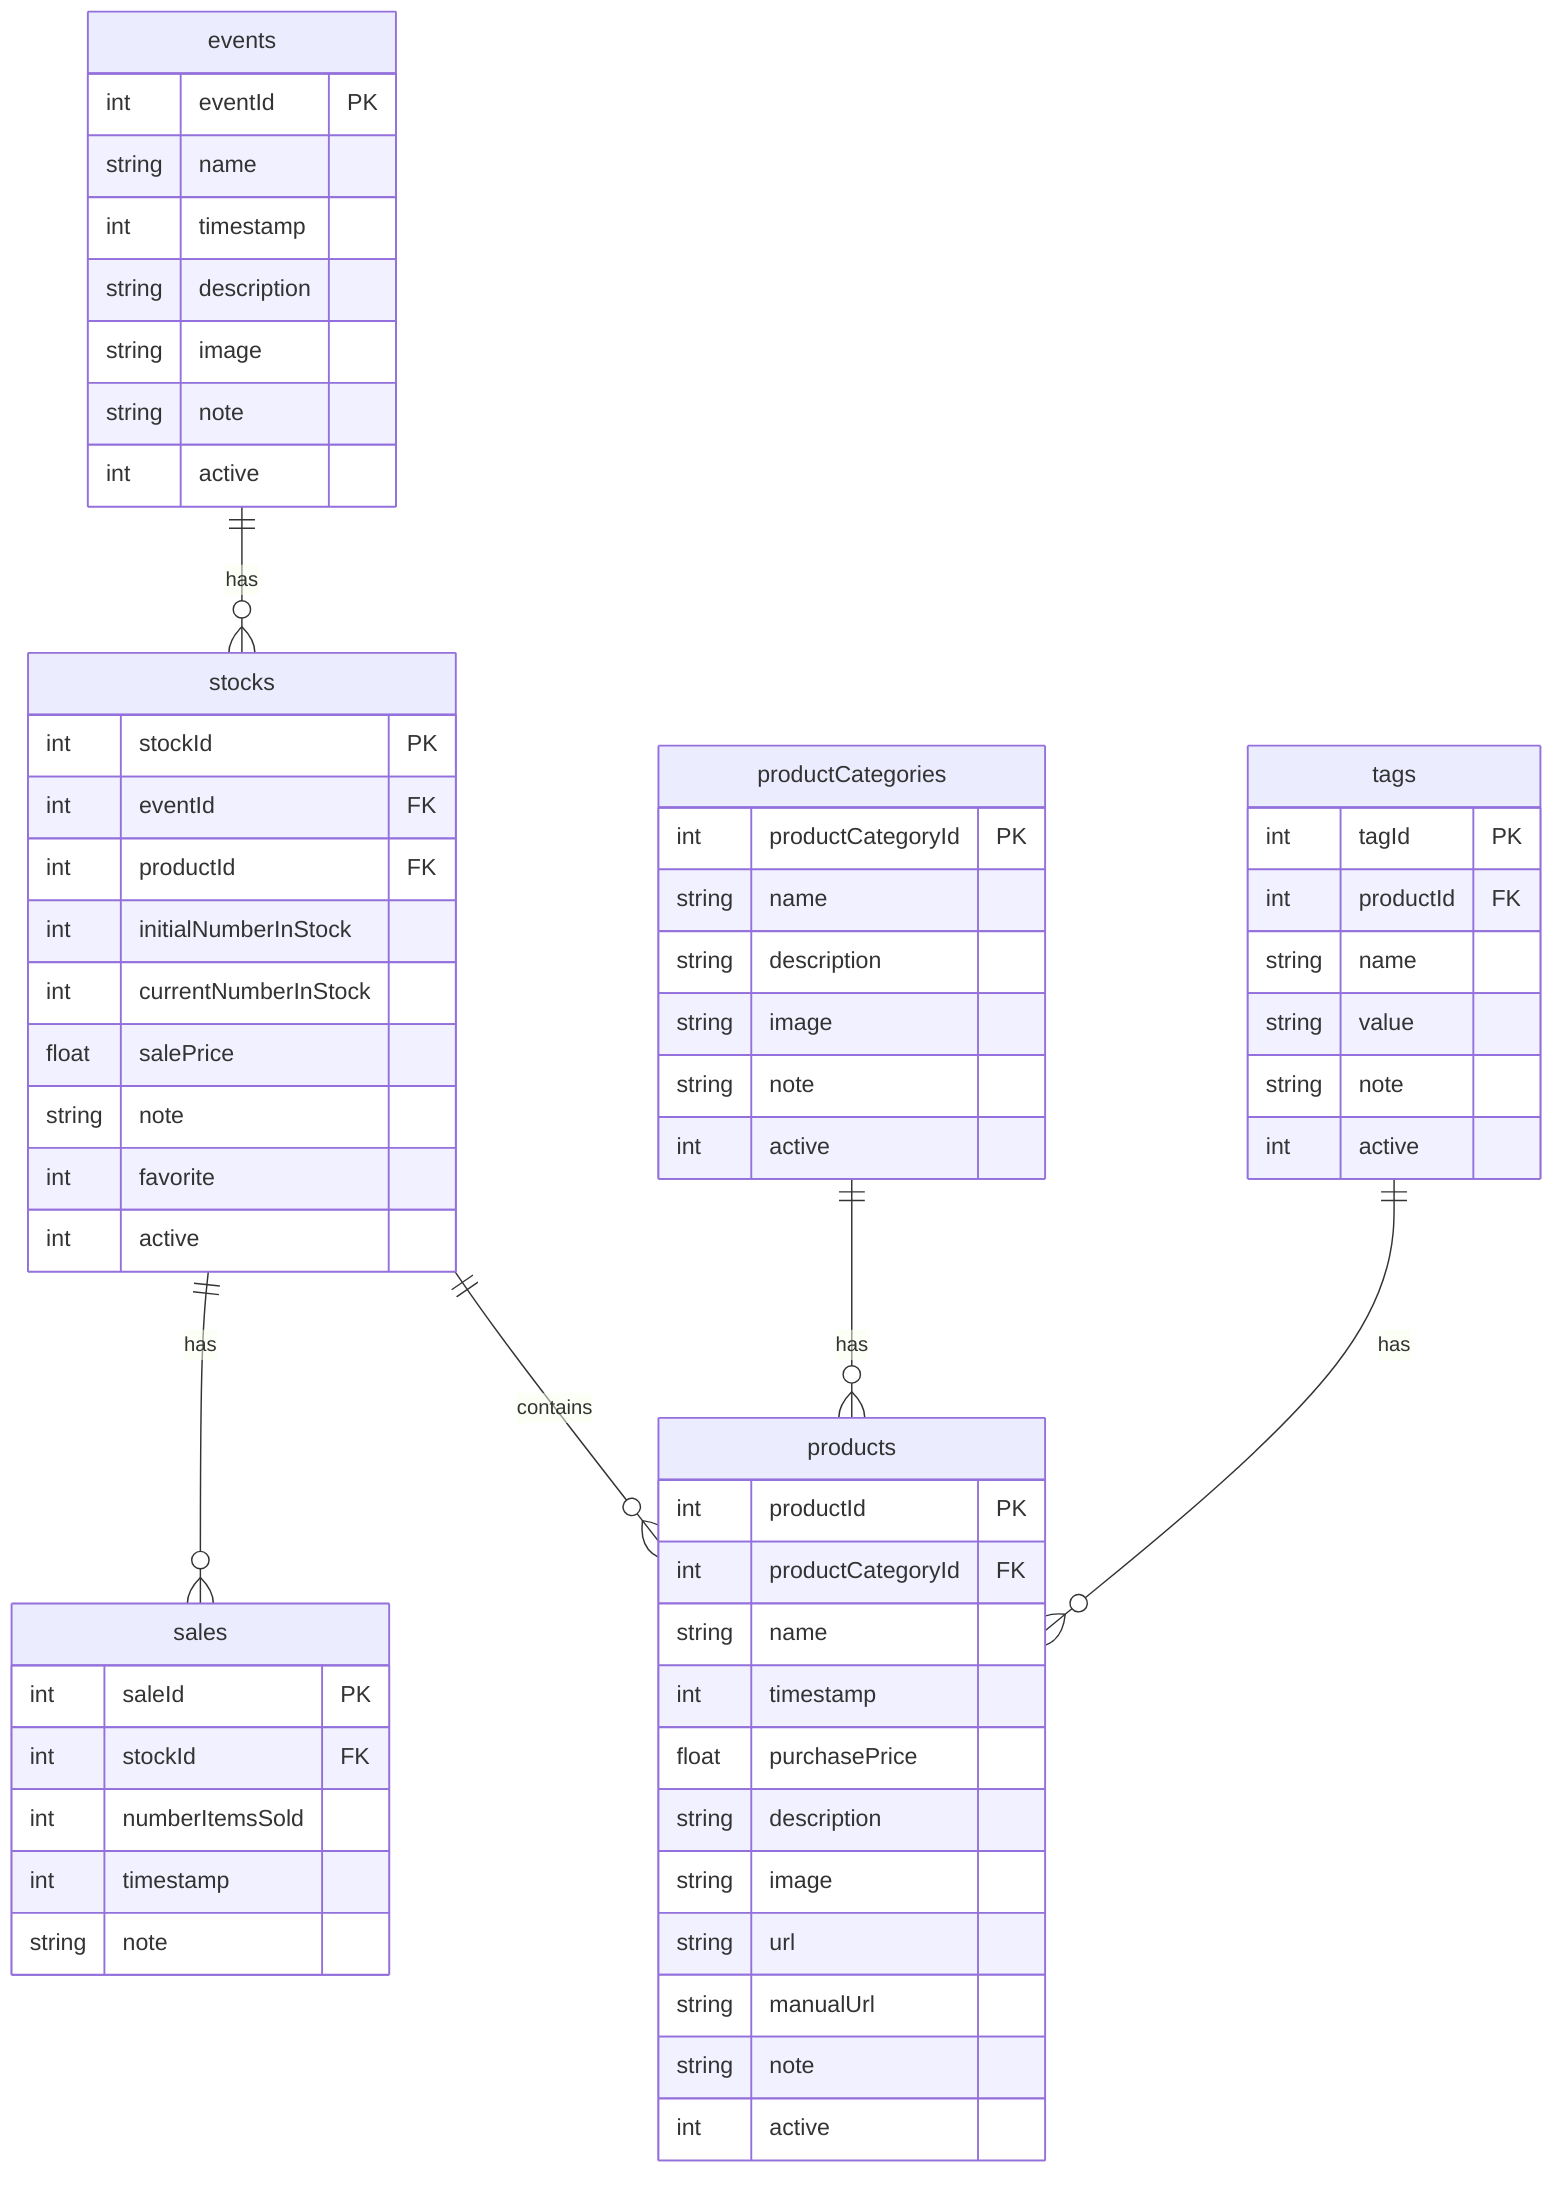
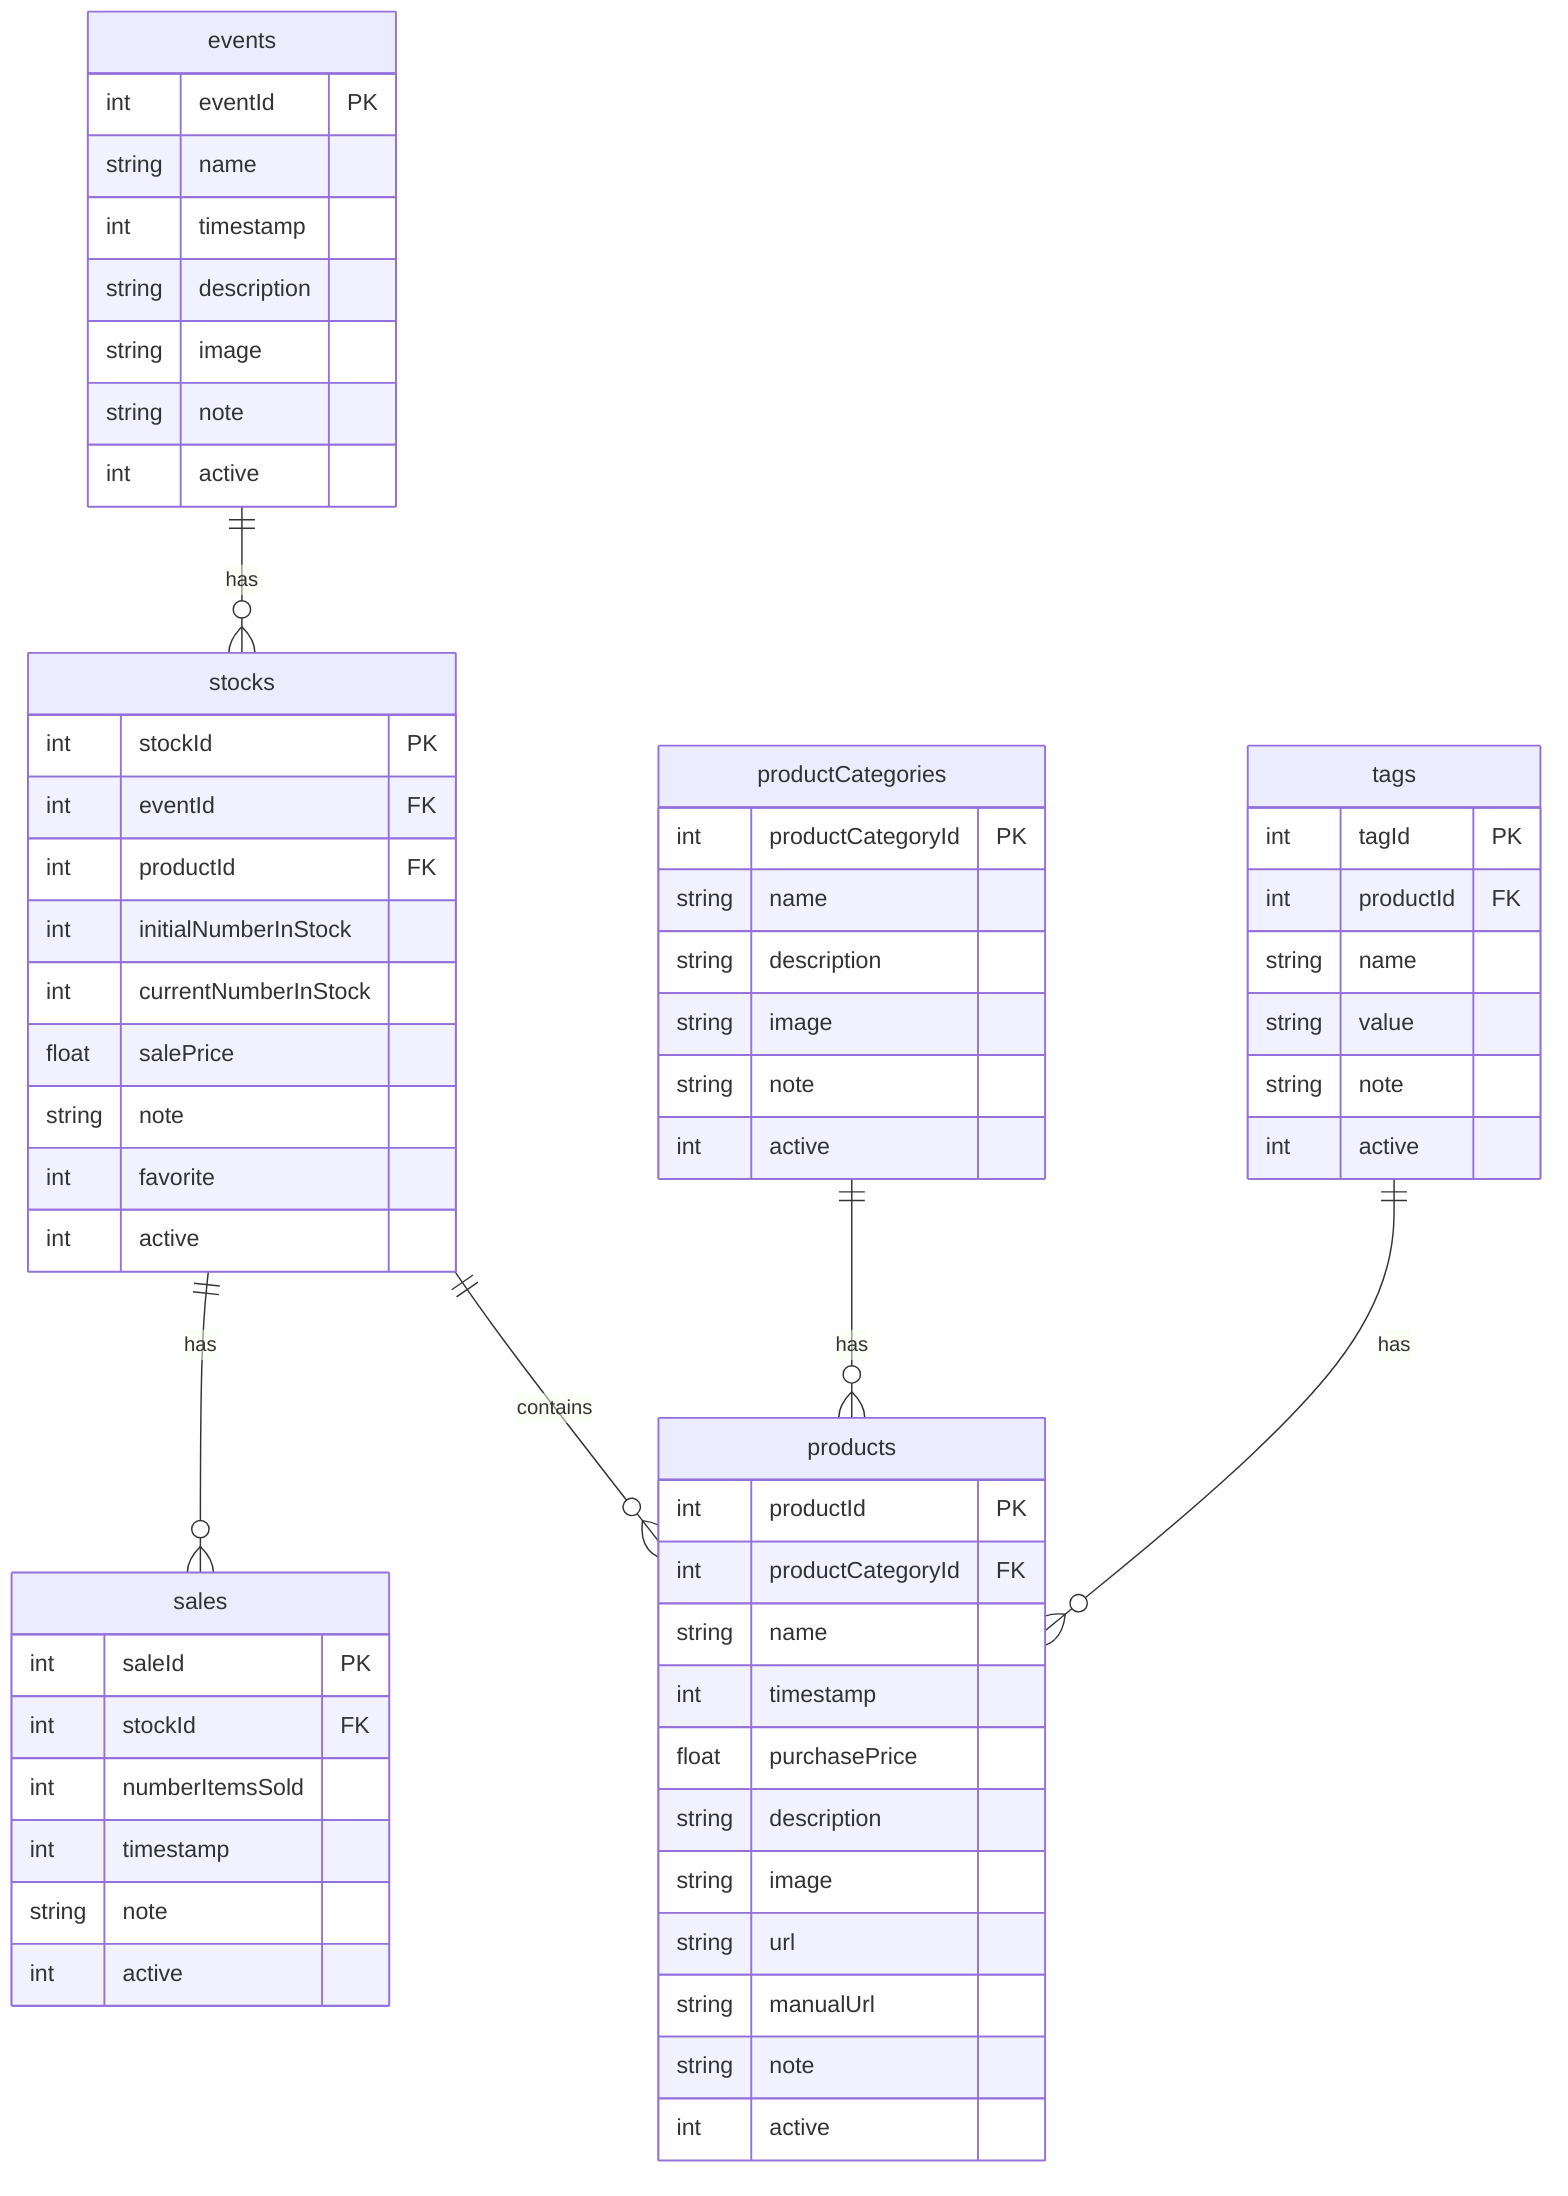
erDiagram
     stocks ||--o{ products : contains
     events ||--o{ stocks : has
     stocks ||--o{ sales : has
     productCategories ||--o{ products : has
     tags ||--o{ products : has

     events {
         int eventId PK
         string name
         int timestamp
         string description
         string image
         string note
         int active
     }

     productCategories {
         int productCategoryId PK
         string name
         string description
         string image
         string note
         int active
     }

     products {
         int productId PK
         int productCategoryId FK
         string name
         int timestamp
         float purchasePrice
         string description
         string image
         string url
         string manualUrl
         string note
         int active
     }

     stocks {
         int stockId PK
         int eventId FK
         int productId FK
         int initialNumberInStock
         int currentNumberInStock
         float salePrice
         string note
         int favorite
         int active
     }

     sales {
         int saleId PK
         int stockId FK
         int numberItemsSold
         int timestamp
         string note
+          int active
     }

     tags {
         int tagId PK
         int productId FK
         string name
         string value
         string note
         int active
     }